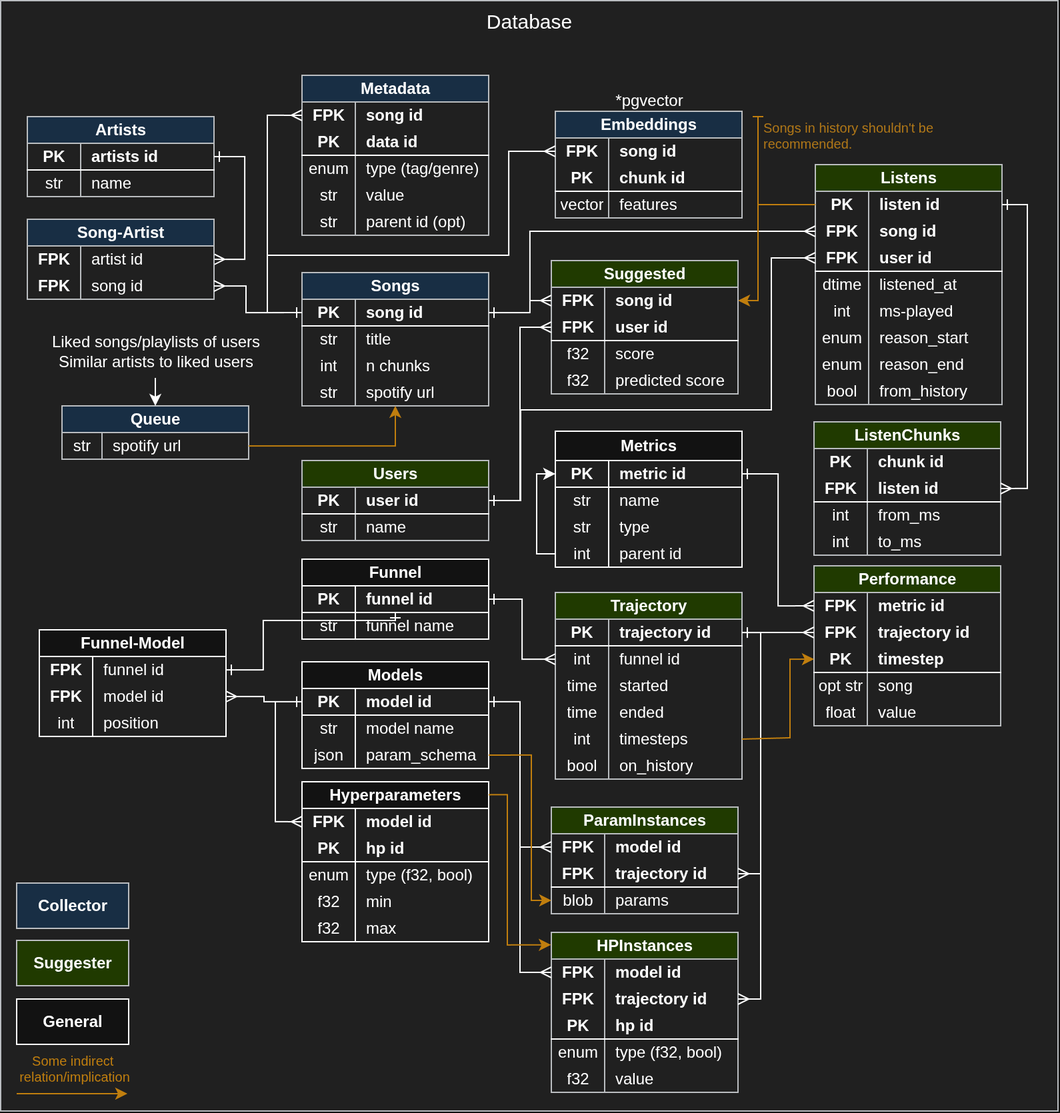
The draw.io diagram images/DB_schema.png in RobertvdLeeuw/suggest, before a commit. Source tidied: cells renumbered, new cells last; positions are measured from the earlier drawing's top-left corner, leaving out a move shared by most shapes.
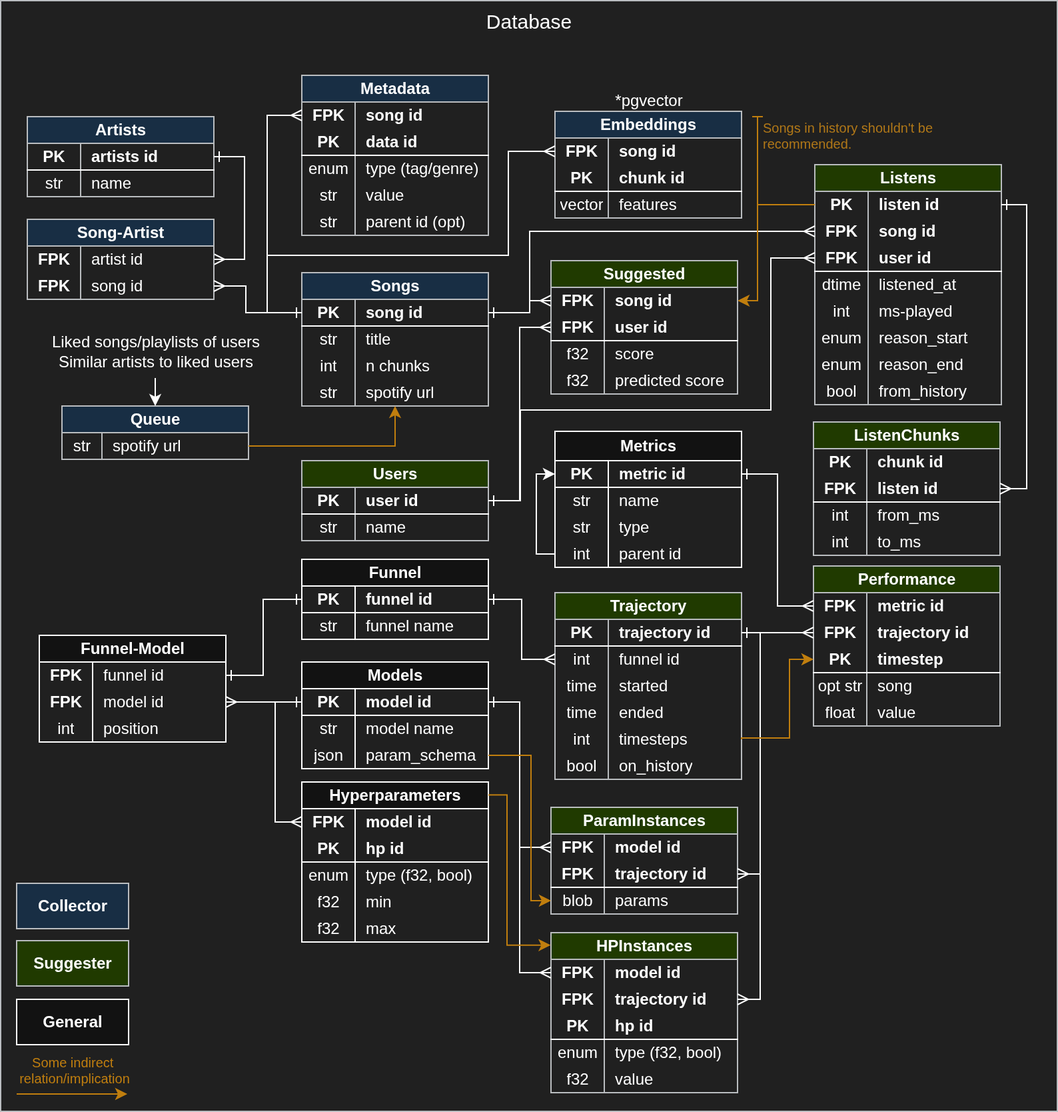
Later version of the same file.

What changed in the source:
```diff
@@ -423,7 +423,7 @@
       <mxGeometry relative="1" as="geometry" />
     </mxCell>
     <mxCell id="133" value="Funnel-Model" style="shape=table;startSize=20;rowLines=0;fontStyle=1;align=center;html=1;whiteSpace=wrap;" parent="1" vertex="1">
-      <mxGeometry x="29" y="472" width="140" height="80" as="geometry" />
+      <mxGeometry x="29" y="476" width="140" height="80" as="geometry" />
     </mxCell>
     <mxCell id="134" style="shape=tableRow;horizontal=0;startSize=0;swimlaneHead=0;swimlaneBody=0;fillColor=none;points=[[0,0.5],[1,0.5]];portConstraint=eastwest;top=0;left=0;right=0;bottom=0;html=1;" parent="133" vertex="1">
       <mxGeometry y="20" width="140" height="20" as="geometry" />
@@ -500,11 +500,11 @@
     <mxCell id="158" value="max" style="shape=partialRectangle;fillColor=none;top=0;left=0;bottom=0;right=0;align=left;spacingLeft=6;overflow=hidden;html=1;whiteSpace=wrap;" parent="156" vertex="1">
       <mxGeometry x="40" width="100" height="20" as="geometry" />
     </mxCell>
-    <mxCell id="159" style="edgeStyle=orthogonalEdgeStyle;rounded=0;jettySize=auto;html=1;endArrow=ERone;endFill=0;startArrow=ERone;startFill=0;" parent="1" edge="1" source="134" target="57">
+    <mxCell id="159" style="edgeStyle=orthogonalEdgeStyle;rounded=0;jettySize=auto;html=1;endArrow=ERone;endFill=0;startArrow=ERone;startFill=0;entryX=0;entryY=0.5;entryDx=0;entryDy=0;exitX=1;exitY=0.5;exitDx=0;exitDy=0;" parent="1" edge="1" source="134" target="57">
       <mxGeometry relative="1" as="geometry">
         <Array as="points">
-          <mxPoint x="197" y="502" />
-          <mxPoint x="197" y="465" />
+          <mxPoint x="197" y="506" />
+          <mxPoint x="197" y="449" />
         </Array>
       </mxGeometry>
     </mxCell>
```
